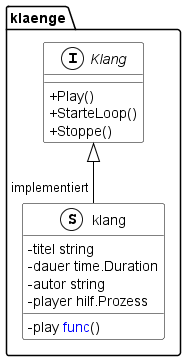
This is documentation/UML/klaenge.png from Fussbroich/lwb-SWP, a PlantUML export, as it was before one commit.
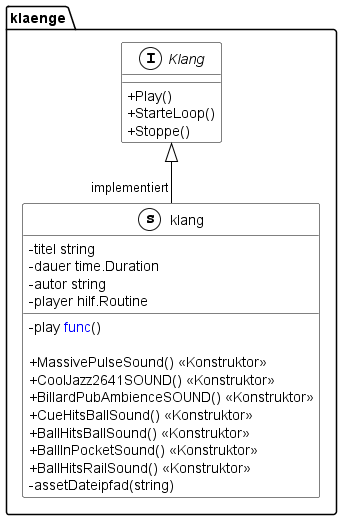
After the change.

What changed in the source:
```diff
@@ -12,12 +12,21 @@
         + Stoppe()
 
     }
-    class klang << (S,White) >> {
+    class klang << (s,White) >> {
         - titel string
         - dauer time.Duration
         - autor string
-        - player hilf.Prozess
+        - player hilf.Routine
         - play <font color=blue>func</font>()
+
+        + MassivePulseSound() << Konstruktor >>
+        + CoolJazz2641SOUND() << Konstruktor >>
+        + BillardPubAmbienceSOUND() << Konstruktor >>
+        + CueHitsBallSound() << Konstruktor >>
+        + BallHitsBallSound() << Konstruktor >>
+        + BallInPocketSound() << Konstruktor >>
+        + BallHitsRailSound() << Konstruktor >>
+        - assetDateipfad(string)
     }
 }
 
```
